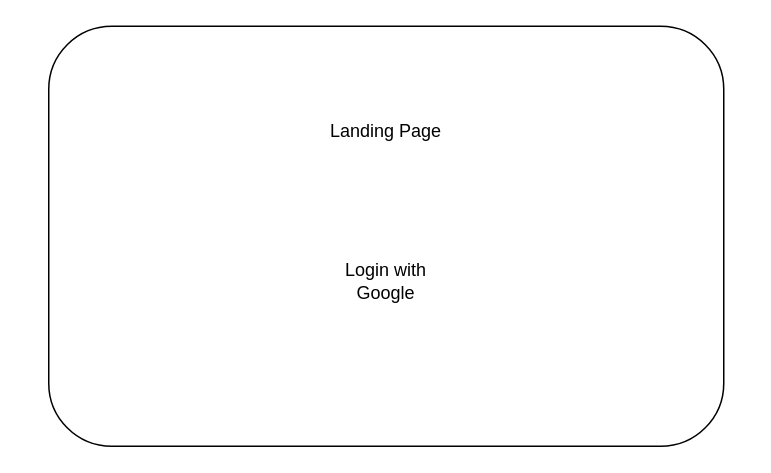
Before: page "Landing_Page_1" (1 of 6) of Topkuber_Design.drawio in gonchigars/CKAD-exercises, a draw.io diagram. Source tidied: cells renumbered, new cells numbered last; positions are measured from the earlier drawing's top-left corner, leaving out a move shared by most shapes. Both pictures are drawn from the tidied source at 150%, with x=0, y=0 at pixel (26, 26).
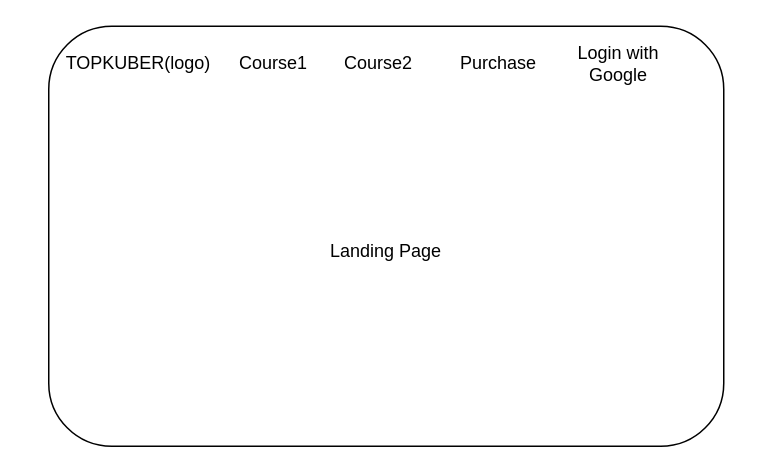
The same page after the edit.

What changed in the source:
```diff
@@
 <mxGraphModel>
   <root>
     <mxCell id="0" />
     <mxCell id="1" parent="0" />
     <mxCell id="2" style="rounded=1;whiteSpace=wrap;html=1;" parent="1" vertex="1">
       <mxGeometry x="15" width="450" height="280" as="geometry" />
     </mxCell>
     <mxCell id="3" value="Login with&lt;br&gt;Google&lt;br&gt;" style="text;html=1;strokeColor=none;fillColor=none;align=center;verticalAlign=middle;whiteSpace=wrap;rounded=0;" parent="1" vertex="1">
-      <mxGeometry x="125" y="130" width="230" height="80" as="geometry" />
+      <mxGeometry x="325" y="10" width="140" height="30" as="geometry" />
     </mxCell>
     <mxCell id="4" value="Landing Page" style="text;html=1;strokeColor=none;fillColor=none;align=center;verticalAlign=middle;whiteSpace=wrap;rounded=0;" parent="1" vertex="1">
-      <mxGeometry y="30" width="480" height="80" as="geometry" />
+      <mxGeometry y="110" width="480" height="80" as="geometry" />
     </mxCell>
+    <mxCell id="5" value="Purchase" style="text;html=1;strokeColor=none;fillColor=none;align=center;verticalAlign=middle;whiteSpace=wrap;rounded=0;" parent="1" vertex="1">
+      <mxGeometry x="245" y="10" width="140" height="30" as="geometry" />
+    </mxCell>
+    <mxCell id="6" value="Course2" style="text;html=1;strokeColor=none;fillColor=none;align=center;verticalAlign=middle;whiteSpace=wrap;rounded=0;" parent="1" vertex="1">
+      <mxGeometry x="165" y="10" width="140" height="30" as="geometry" />
+    </mxCell>
+    <mxCell id="7" value="Course1" style="text;html=1;strokeColor=none;fillColor=none;align=center;verticalAlign=middle;whiteSpace=wrap;rounded=0;" parent="1" vertex="1">
+      <mxGeometry x="95" y="10" width="140" height="30" as="geometry" />
+    </mxCell>
+    <mxCell id="8" value="TOPKUBER(logo)" style="text;html=1;strokeColor=none;fillColor=none;align=center;verticalAlign=middle;whiteSpace=wrap;rounded=0;" parent="1" vertex="1">
+      <mxGeometry x="5" y="10" width="140" height="30" as="geometry" />
+    </mxCell>
   </root>
 </mxGraphModel>
```
